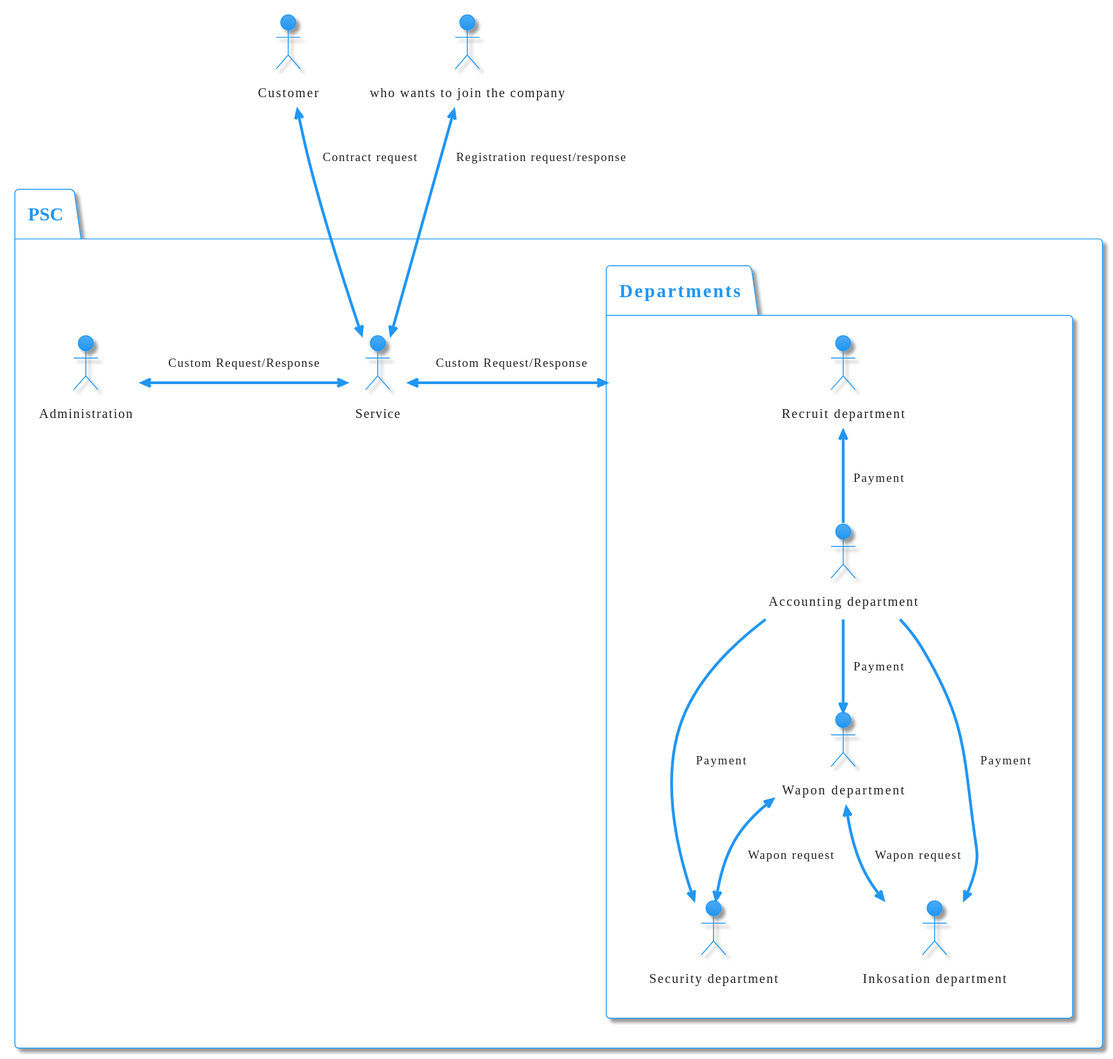
The PlantUML diagram docs/img/infoServiceFlow.svg in siisgoo/siisty, before a commit.
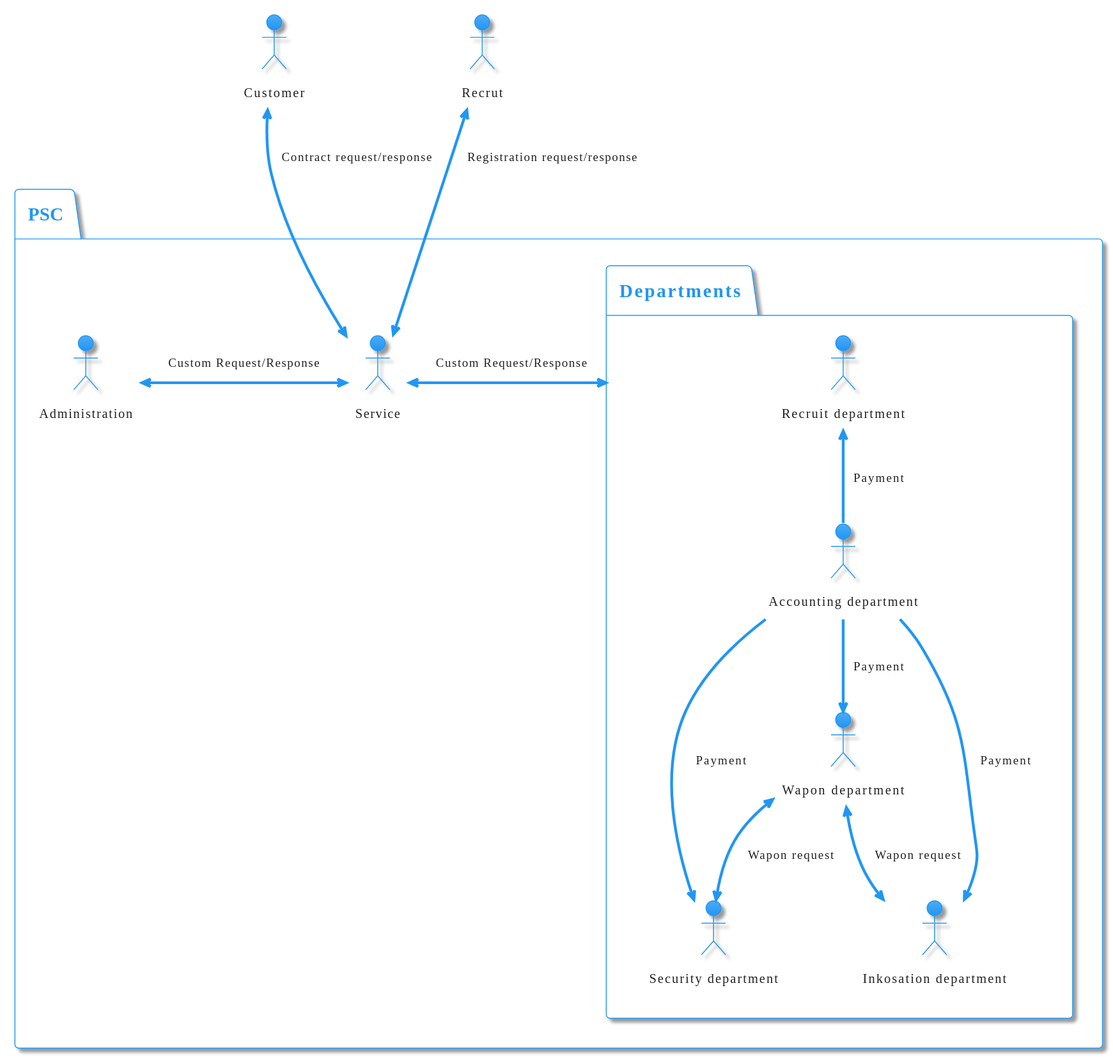
Above is the later version.

Diff of the diagram source:
```diff
@@ -3,20 +3,20 @@
 top to bottom direction
 
 actor Customer as cus
-actor "who wants to join the company" as req
+actor "Recrut" as req
 package PSC {
-actor Administration as adm
-actor Service as serv
-package Departments {
-actor "Security department" as sec
-actor "Inkosation department" as ink
-actor "Wapon department" as wpn
-actor "Accounting department" as acc
-actor "Recruit department" as rec
-}
+    actor Administration as adm
+    actor Service as serv
+    package Departments {
+        actor "Security department" as sec
+        actor "Inkosation department" as ink
+        actor "Wapon department" as wpn
+        actor "Accounting department" as acc
+        actor "Recruit department" as rec
+    }
 }
 
-cus <-down-> serv: Contract request
+cus <-down-> serv: Contract request/response
 req <-down-> serv: Registration request/response
 adm <-> serv: Custom Request/Response
 Departments <-> serv: Custom Request/Response
```
